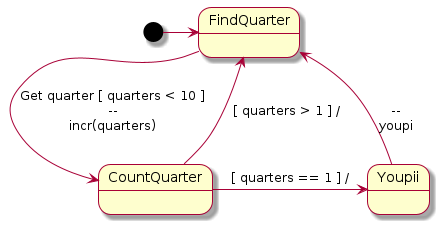
Above: doc/RichMan.png in Lecrapouille/PlantUMLStatecharts (PlantUML), before the change.
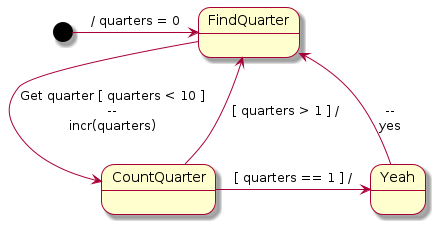
The same file after the commit.

Change to the diagram source:
```diff
@@ -1,10 +1,12 @@
 @startuml
 skin rose
 
-[*] -> FindQuarter
+
+
+[*] -> FindQuarter : / quarters = 0
 FindQuarter --> CountQuarter : Get quarter [ quarters < 10 ]\n--\nincr(quarters)
-CountQuarter -> Youpii : [ quarters == 1 ] /
+CountQuarter -> Yeah : [ quarters == 1 ] /
 CountQuarter --> FindQuarter : [ quarters > 1 ] /
-Youpii --> FindQuarter : \n--\nyoupi
+Yeah --> FindQuarter : \n--\nyes
 
 @enduml
```
